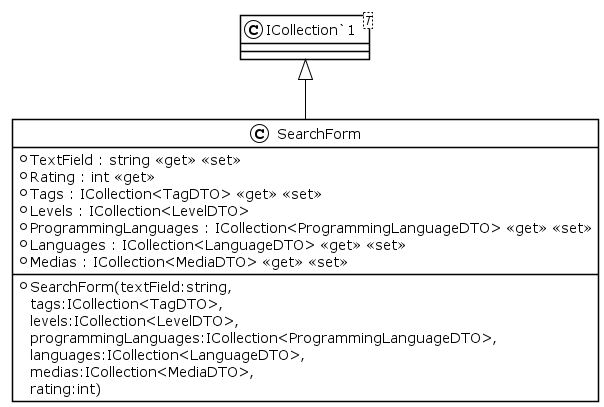
Earlier version of the PlantUML export Documentation/UML/Images/SearchForm.png (ahja-itu/BDSA2021-FinalProject).
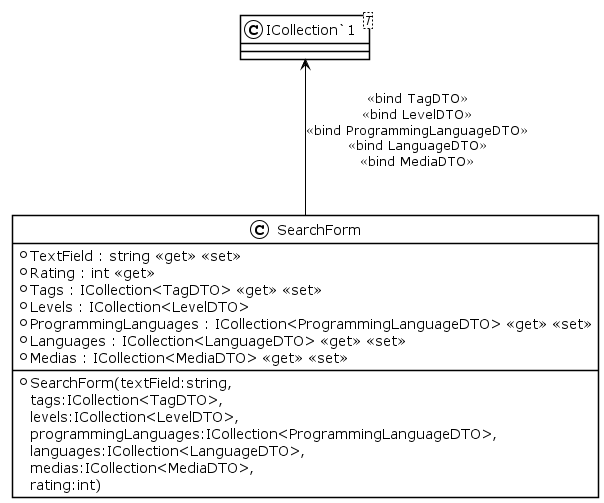
Above is the later version.

Change to the diagram source:
```diff
@@ -1,5 +1,6 @@
 @startuml
 !theme plain
+
 class SearchForm {
     + SearchForm(textField:string, \ntags:ICollection<TagDTO>, \nlevels:ICollection<LevelDTO>, \nprogrammingLanguages:ICollection<ProgrammingLanguageDTO>, \nlanguages:ICollection<LanguageDTO>, \nmedias:ICollection<MediaDTO>, \nrating:int)
     + TextField : string <<get>> <<set>>
@@ -13,6 +14,6 @@
 class "ICollection`1"<T> {
 }
 
-"ICollection`1" <|-- SearchForm
+"ICollection`1" <-- SearchForm : <<bind TagDTO>>\n<<bind LevelDTO>>\n<<bind ProgrammingLanguageDTO>>\n<<bind LanguageDTO>>\n<<bind MediaDTO>>\n
 
 @enduml
```
